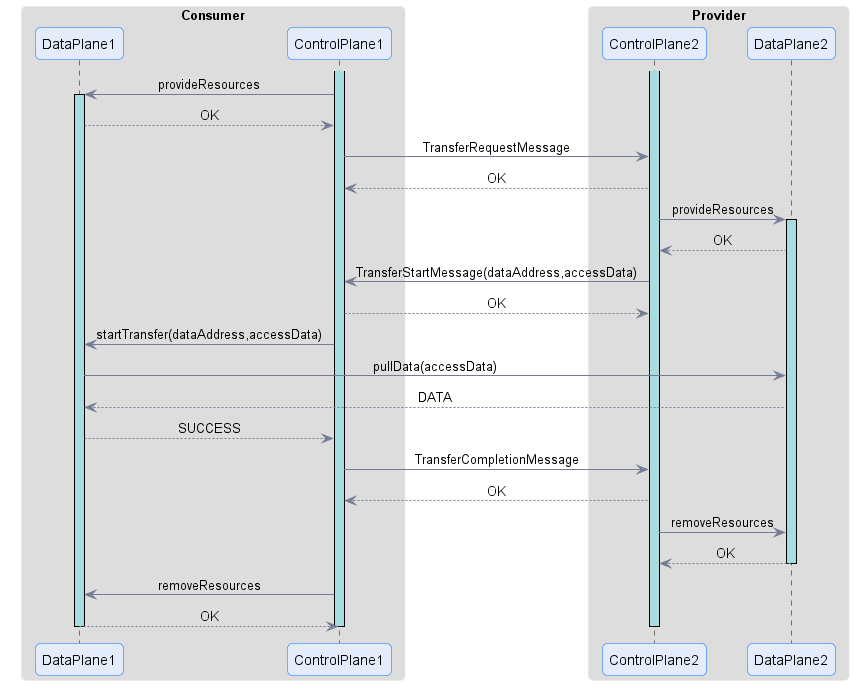
Before: transfer/pull-transfer-process.png, a diagram exported from PlantUML (International-Data-Spaces-Association/ids-specification).
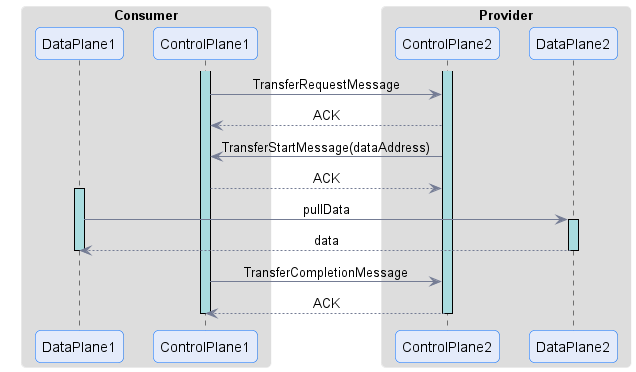
Later version of the same file.

Change to the diagram source:
```diff
@@ -20,35 +20,21 @@
 activate ControlPlane1
 activate ControlPlane2
 
-ControlPlane1 -> DataPlane1 : provideResources
+ControlPlane1 -> ControlPlane2 : TransferRequestMessage
+ControlPlane2 --> ControlPlane1 : ACK
+
+ControlPlane2 -> ControlPlane1 : TransferStartMessage(dataAddress)
+ControlPlane1 --> ControlPlane2 : ACK
+
 activate DataPlane1
-DataPlane1 --> ControlPlane1 : OK
-
-ControlPlane1 -> ControlPlane2 : TransferRequestMessage
-ControlPlane2 --> ControlPlane1 : OK
-
-ControlPlane2 -> DataPlane2 : provideResources
+DataPlane1 -> DataPlane2 : pullData
 activate DataPlane2
-DataPlane2 --> ControlPlane2 : OK
-
-ControlPlane2 -> ControlPlane1 : TransferStartMessage(dataAddress,accessData)
-ControlPlane1 --> ControlPlane2 : OK
-
-ControlPlane1 -> DataPlane1 : startTransfer(dataAddress,accessData)
-DataPlane1 -> DataPlane2 : pullData(accessData)
-DataPlane2 --> DataPlane1 : DATA
-DataPlane1 --> ControlPlane1 : SUCCESS
+DataPlane2 --> DataPlane1 : data
+deactivate DataPlane2
+deactivate DataPlane1
 
 ControlPlane1 -> ControlPlane2 : TransferCompletionMessage
-ControlPlane2 --> ControlPlane1 : OK
-
-ControlPlane2 -> DataPlane2 : removeResources
-DataPlane2 --> ControlPlane2 : OK
-deactivate DataPlane2
-
-ControlPlane1 -> DataPlane1 : removeResources
-DataPlane1 --> ControlPlane1 : OK
-deactivate DataPlane1
+ControlPlane2 --> ControlPlane1 : ACK
 
 deactivate ControlPlane1
 deactivate ControlPlane2
```
